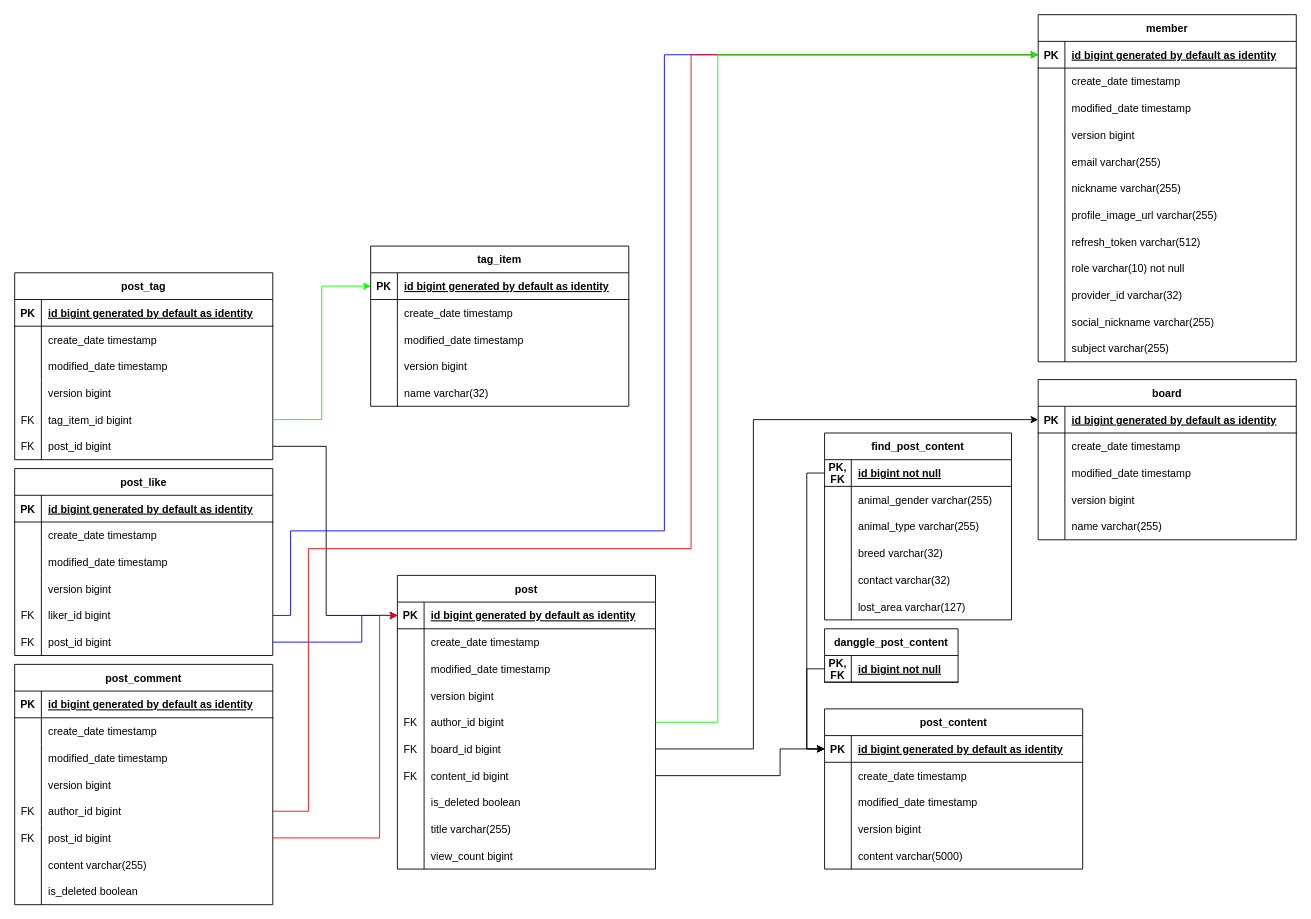
whatever-mentoring/PetComing-app keeps this draw.io diagram as diagram/class_diagram.drawio. Above is the earlier version. Source tidied: cells renumbered, new cells numbered last; positions are measured from the earlier drawing's top-left corner, leaving out a move shared by most shapes. Both pictures are drawn from the tidied source at 89%, with x=0, y=0 at pixel (14, 14).
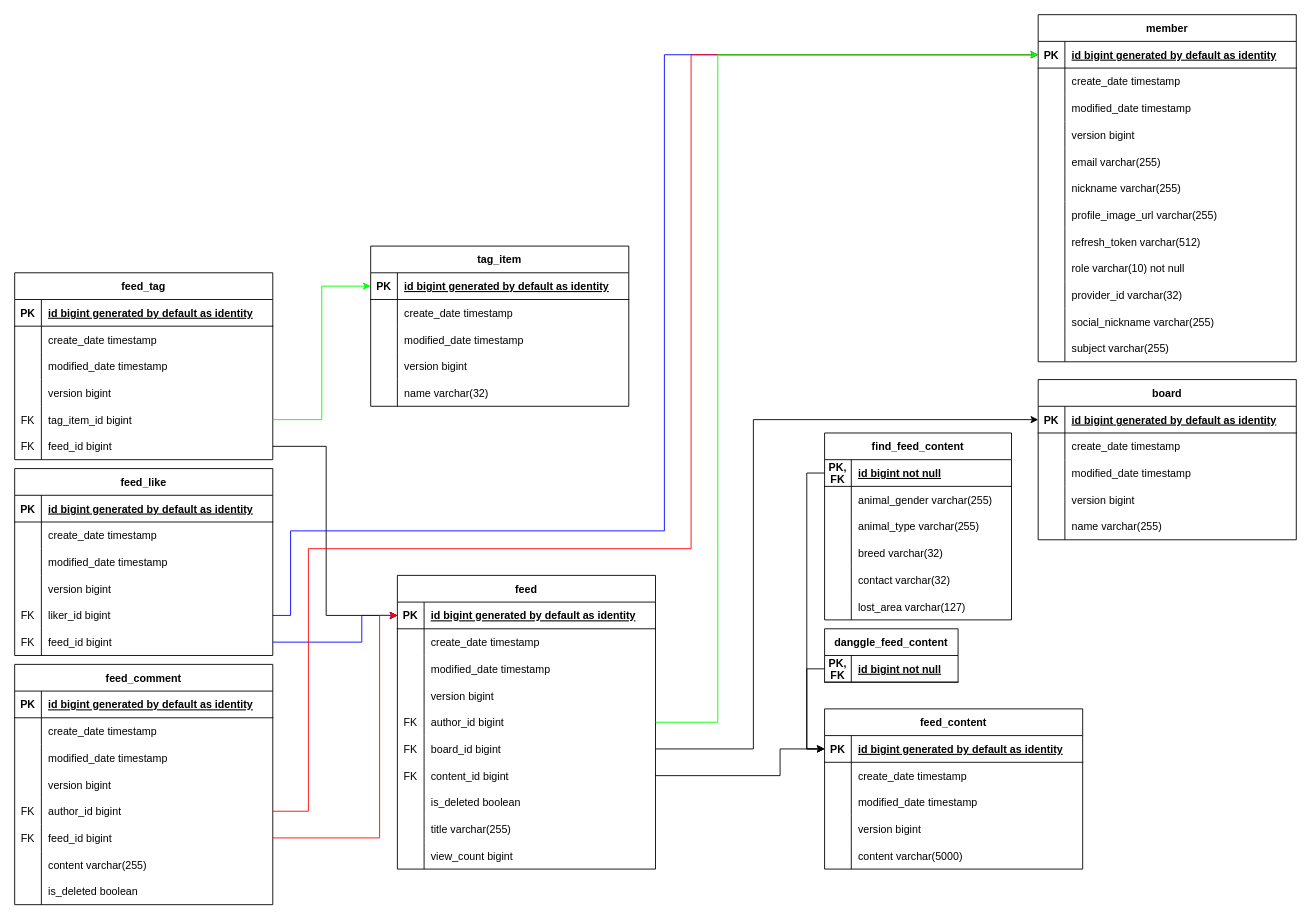
The same page after the edit.

Commit message (it also covers changes not shown here):
refactor: "Post"를 "Feed"로 이름 변경

The change refers to these unchanged cells:
```xml
<mxCell id="125" style="shape=tableRow;horizontal=0;startSize=0;swimlaneHead=0;swimlaneBody=0;fillColor=none;points=[[0,0.5],[1,0.5]];portConstraint=eastwest;strokeColor=inherit;top=0;left=0;right=0;bottom=0;" parent="109" vertex="1">
  <mxGeometry y="180" width="290" height="30" as="geometry" />
</mxCell>
<mxCell id="166" style="shape=tableRow;horizontal=0;startSize=0;swimlaneHead=0;swimlaneBody=0;fillColor=none;points=[[0,0.5],[1,0.5]];portConstraint=eastwest;strokeColor=inherit;top=0;left=0;right=0;bottom=0;" parent="150" vertex="1">
  <mxGeometry y="180" width="290" height="30" as="geometry" />
</mxCell>
<mxCell id="185" style="shape=tableRow;horizontal=0;startSize=0;swimlaneHead=0;swimlaneBody=0;fillColor=none;points=[[0,0.5],[1,0.5]];portConstraint=eastwest;strokeColor=inherit;top=0;left=0;right=0;bottom=0;" parent="169" vertex="1">
  <mxGeometry y="180" width="290" height="30" as="geometry" />
</mxCell>
```

The edit, as a diff of the source:
```diff
@@
-    <mxCell id="18" value="danggle_post_content" style="shape=table;startSize=30;childLayout=tableLayout;rowLines=0;fontStyle=1;align=center;" parent="1" vertex="1">
+    <mxCell id="18" value="danggle_feed_content" style="shape=table;startSize=30;childLayout=tableLayout;rowLines=0;fontStyle=1;align=center;" parent="1" vertex="1">
       <mxGeometry x="910" y="690" width="150" height="60" as="geometry" />
     </mxCell>
@@
-    <mxCell id="22" value="find_post_content" style="shape=table;startSize=30;childLayout=tableLayout;rowLines=0;fontStyle=1;align=center;" parent="1" vertex="1">
+    <mxCell id="22" value="find_feed_content" style="shape=table;startSize=30;childLayout=tableLayout;rowLines=0;fontStyle=1;align=center;" parent="1" vertex="1">
       <mxGeometry x="910" y="470" width="210" height="210" as="geometry" />
     </mxCell>
@@
-    <mxCell id="78" value="post" style="shape=table;startSize=30;childLayout=tableLayout;rowLines=0;fontStyle=1;align=center;" parent="1" vertex="1">
+    <mxCell id="78" value="feed" style="shape=table;startSize=30;childLayout=tableLayout;rowLines=0;fontStyle=1;align=center;" parent="1" vertex="1">
       <mxGeometry x="430" y="630" width="290" height="330" as="geometry" />
     </mxCell>
@@
-    <mxCell id="109" value="post_comment" style="shape=table;startSize=30;childLayout=tableLayout;rowLines=0;fontStyle=1;align=center;" parent="1" vertex="1">
+    <mxCell id="109" value="feed_comment" style="shape=table;startSize=30;childLayout=tableLayout;rowLines=0;fontStyle=1;align=center;" parent="1" vertex="1">
       <mxGeometry y="730" width="290" height="270" as="geometry" />
     </mxCell>
@@
-    <mxCell id="127" value="post_id bigint" style="shape=partialRectangle;overflow=hidden;fillColor=none;align=left;strokeColor=inherit;top=0;left=0;bottom=0;right=0;spacingLeft=6;" parent="125" vertex="1">
+    <mxCell id="127" value="feed_id bigint" style="shape=partialRectangle;overflow=hidden;fillColor=none;align=left;strokeColor=inherit;top=0;left=0;bottom=0;right=0;spacingLeft=6;" parent="125" vertex="1">
       <mxGeometry x="30" width="260" height="30" as="geometry" />
     </mxCell>
@@
-    <mxCell id="134" value="post_content" style="shape=table;startSize=30;childLayout=tableLayout;rowLines=0;fontStyle=1;align=center;" parent="1" vertex="1">
+    <mxCell id="134" value="feed_content" style="shape=table;startSize=30;childLayout=tableLayout;rowLines=0;fontStyle=1;align=center;" parent="1" vertex="1">
       <mxGeometry x="910" y="780" width="290" height="180" as="geometry" />
     </mxCell>
@@
-    <mxCell id="150" value="post_like" style="shape=table;startSize=30;childLayout=tableLayout;rowLines=0;fontStyle=1;align=center;" parent="1" vertex="1">
+    <mxCell id="150" value="feed_like" style="shape=table;startSize=30;childLayout=tableLayout;rowLines=0;fontStyle=1;align=center;" parent="1" vertex="1">
       <mxGeometry y="510" width="290" height="210" as="geometry" />
     </mxCell>
@@
-    <mxCell id="168" value="post_id bigint" style="shape=partialRectangle;overflow=hidden;fillColor=none;align=left;strokeColor=inherit;top=0;left=0;bottom=0;right=0;spacingLeft=6;" parent="166" vertex="1">
+    <mxCell id="168" value="feed_id bigint" style="shape=partialRectangle;overflow=hidden;fillColor=none;align=left;strokeColor=inherit;top=0;left=0;bottom=0;right=0;spacingLeft=6;" parent="166" vertex="1">
       <mxGeometry x="30" width="260" height="30" as="geometry" />
     </mxCell>
-    <mxCell id="169" value="post_tag" style="shape=table;startSize=30;childLayout=tableLayout;rowLines=0;fontStyle=1;align=center;" parent="1" vertex="1">
+    <mxCell id="169" value="feed_tag" style="shape=table;startSize=30;childLayout=tableLayout;rowLines=0;fontStyle=1;align=center;" parent="1" vertex="1">
       <mxGeometry y="290" width="290" height="210" as="geometry" />
     </mxCell>
@@
-    <mxCell id="187" value="post_id bigint" style="shape=partialRectangle;overflow=hidden;fillColor=none;align=left;strokeColor=inherit;top=0;left=0;bottom=0;right=0;spacingLeft=6;" parent="185" vertex="1">
+    <mxCell id="187" value="feed_id bigint" style="shape=partialRectangle;overflow=hidden;fillColor=none;align=left;strokeColor=inherit;top=0;left=0;bottom=0;right=0;spacingLeft=6;" parent="185" vertex="1">
       <mxGeometry x="30" width="260" height="30" as="geometry" />
     </mxCell>
```
